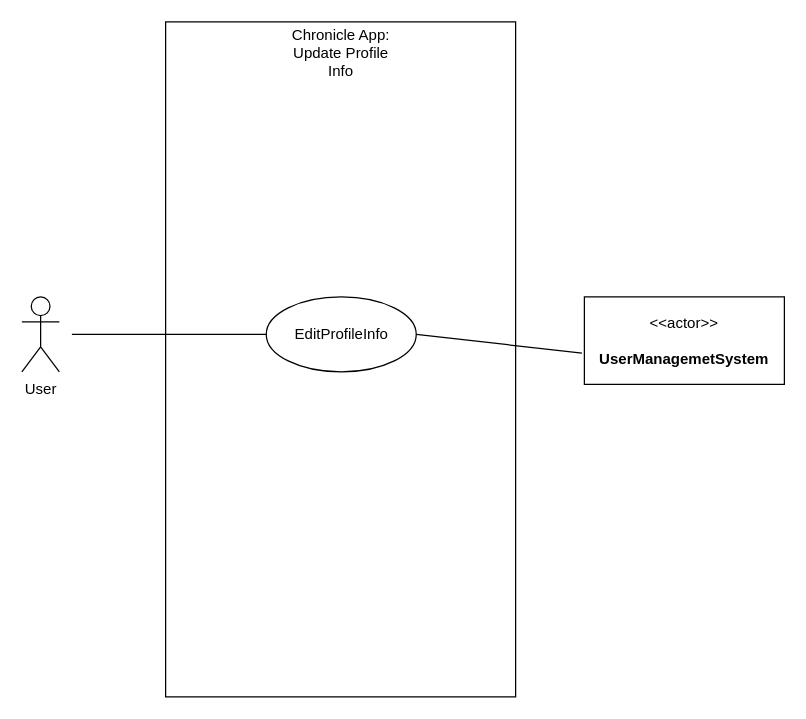
The draw.io diagram page "UpdateProfileInfo" (8 of 17) of Week-7-Team-04-Use Case Diagrams (2).drawio in Vaibhav-G-Parmar/Chronicle-Your-Ultimate-Travel-Companion, before the edit. Source tidied: cells renumbered, new cells numbered last; positions are measured from the earlier drawing's top-left corner, leaving out a move shared by most shapes. Both pictures are drawn from the tidied source at 125%, with x=0, y=0 at pixel (21, 21).
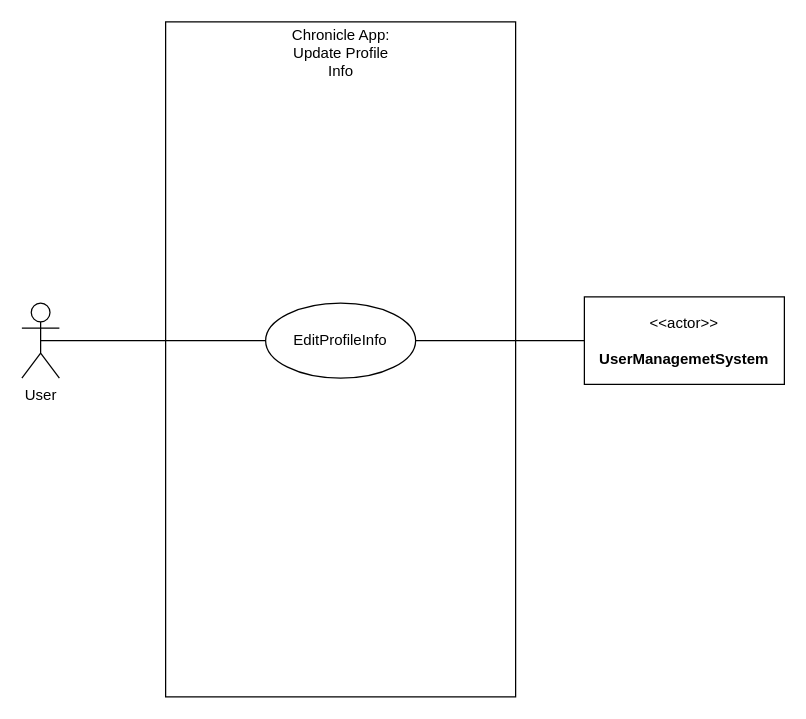
The same page after the edit.

Diff of the diagram source:
```diff
@@
 <mxGraphModel>
   <root>
     <mxCell id="0" />
     <mxCell id="1" parent="0" />
     <mxCell id="2" value="&lt;h2&gt;&lt;br&gt;&lt;/h2&gt;" style="rounded=0;whiteSpace=wrap;html=1;align=center;" parent="1" vertex="1">
       <mxGeometry x="115" width="280" height="540" as="geometry" />
     </mxCell>
     <mxCell id="3" value="User&lt;br&gt;" style="shape=umlActor;verticalLabelPosition=bottom;verticalAlign=top;html=1;outlineConnect=0;" parent="1" vertex="1">
-      <mxGeometry y="220" width="30" height="60" as="geometry" />
+      <mxGeometry y="225" width="30" height="60" as="geometry" />
     </mxCell>
     <mxCell id="4" value="&amp;lt;&amp;lt;actor&amp;gt;&amp;gt;&lt;br&gt;&lt;br&gt;&lt;b&gt;UserManagemetSystem&lt;br&gt;&lt;/b&gt;" style="html=1;align=center;verticalAlign=middle;dashed=0;whiteSpace=wrap;" parent="1" vertex="1">
       <mxGeometry x="450" y="220" width="160" height="70" as="geometry" />
     </mxCell>
     <mxCell id="5" value="Chronicle App: Update Profile Info" style="text;html=1;strokeColor=none;fillColor=none;align=center;verticalAlign=middle;whiteSpace=wrap;rounded=0;" parent="1" vertex="1">
       <mxGeometry x="208" y="10" width="95" height="30" as="geometry" />
     </mxCell>
     <mxCell id="6" value="EditProfileInfo" style="ellipse;whiteSpace=wrap;html=1;" parent="1" vertex="1">
-      <mxGeometry x="195.5" y="220" width="120" height="60" as="geometry" />
+      <mxGeometry x="195" y="225" width="120" height="60" as="geometry" />
     </mxCell>
-    <mxCell id="7" style="endArrow=none;html=1;rounded=0;entryX=0;entryY=0.5;entryDx=0;entryDy=0;" parent="1" edge="1" target="6">
-      <mxGeometry relative="1" as="geometry">
-        <mxPoint x="40" y="250" as="sourcePoint" />
-      </mxGeometry>
+    <mxCell id="7" style="endArrow=none;html=1;rounded=0;entryX=0;entryY=0.5;entryDx=0;entryDy=0;exitX=0.5;exitY=0.5;exitDx=0;exitDy=0;exitPerimeter=0;" parent="1" edge="1" source="3" target="6">
+      <mxGeometry relative="1" as="geometry" />
     </mxCell>
-    <mxCell id="8" style="endArrow=none;html=1;rounded=0;exitX=1;exitY=0.5;exitDx=0;exitDy=0;entryX=-0.012;entryY=0.643;entryDx=0;entryDy=0;entryPerimeter=0;" parent="1" edge="1" source="6" target="4">
+    <mxCell id="8" style="endArrow=none;html=1;rounded=0;exitX=1;exitY=0.5;exitDx=0;exitDy=0;entryX=0;entryY=0.5;entryDx=0;entryDy=0;" parent="1" edge="1" source="6" target="4">
       <mxGeometry relative="1" as="geometry" />
     </mxCell>
   </root>
 </mxGraphModel>
```
